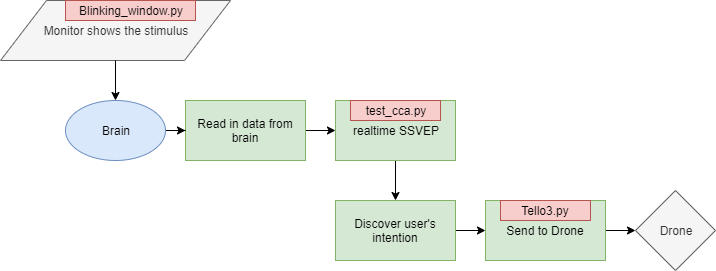
Before: fig/Procedure.png, a diagram exported from draw.io (eugeneALU/CECNL_RealTimeBCI). Source tidied: cells renumbered, new cells last; positions are measured from the earlier drawing's top-left corner, leaving out a move shared by most shapes.
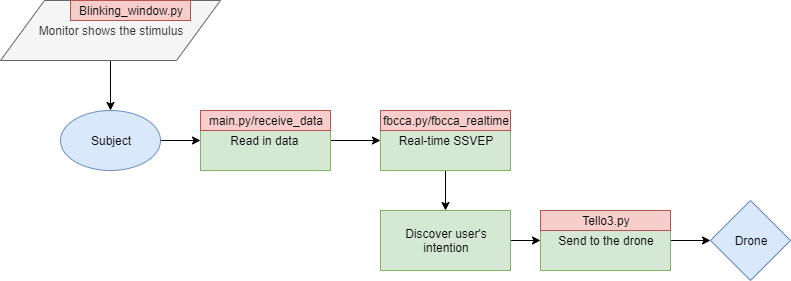
After the commit.

What changed in the source:
```diff
@@ -2,53 +2,56 @@
   <root>
     <mxCell id="0" />
     <mxCell id="1" parent="0" />
+    <mxCell id="18" style="edgeStyle=orthogonalEdgeStyle;rounded=0;jettySize=auto;html=1;" parent="1" edge="1" source="2" target="20">
+      <mxGeometry relative="1" as="geometry" />
+    </mxCell>
-    <mxCell id="2" value="&lt;span style=&quot;color: rgb(51 , 51 , 51) ; white-space: normal&quot;&gt;Monitor shows the stimulus&lt;/span&gt;" style="shape=parallelogram;perimeter=parallelogramPerimeter;whiteSpace=wrap;html=1;fillColor=#f5f5f5;strokeColor=#666666;fontColor=#333333;" parent="1" vertex="1">
-      <mxGeometry width="230" height="60" as="geometry" />
+    <mxCell id="2" value="Monitor shows the stimulus" style="shape=parallelogram;perimeter=parallelogramPerimeter;whiteSpace=wrap;html=1;fillColor=#f5f5f5;strokeColor=#666666;fontColor=#333333;" parent="1" vertex="1">
+      <mxGeometry x="5" y="60" width="220" height="60" as="geometry" />
     </mxCell>
-    <mxCell id="3" style="edgeStyle=orthogonalEdgeStyle;rounded=0;jettySize=auto;html=1;" parent="1" edge="1" source="4" target="6">
-      <mxGeometry relative="1" as="geometry" />
-    </mxCell>
-    <mxCell id="4" value="Read in data from brain" style="rounded=0;whiteSpace=wrap;html=1;fillColor=#d5e8d4;strokeColor=#82b366;" parent="1" vertex="1">
-      <mxGeometry x="185" y="100" width="120" height="60" as="geometry" />
-    </mxCell>
-    <mxCell id="5" style="edgeStyle=orthogonalEdgeStyle;rounded=0;jettySize=auto;html=1;" parent="1" edge="1" source="6" target="8">
-      <mxGeometry relative="1" as="geometry" />
-    </mxCell>
-    <mxCell id="6" value="realtime SSVEP" style="rounded=0;whiteSpace=wrap;html=1;fillColor=#d5e8d4;strokeColor=#82b366;" parent="1" vertex="1">
-      <mxGeometry x="335" y="100" width="120" height="60" as="geometry" />
-    </mxCell>
-    <mxCell id="7" style="edgeStyle=orthogonalEdgeStyle;rounded=0;jettySize=auto;html=1;" parent="1" edge="1" source="8" target="10">
-      <mxGeometry relative="1" as="geometry" />
-    </mxCell>
+    <mxCell id="14" value="Blinking_window.py" style="text;html=1;strokeColor=#b85450;fillColor=#f8cecc;align=center;verticalAlign=middle;whiteSpace=wrap;rounded=0;" parent="1" vertex="1">
+      <mxGeometry x="75" y="60" width="120" height="20" as="geometry" />
+    </mxCell>
+    <mxCell id="19" style="edgeStyle=orthogonalEdgeStyle;rounded=0;jettySize=auto;html=1;" parent="1" edge="1" source="20" target="22">
+      <mxGeometry relative="1" as="geometry" />
+    </mxCell>
+    <mxCell id="20" value="Subject" style="ellipse;whiteSpace=wrap;html=1;fillColor=#dae8fc;strokeColor=#6c8ebf;" parent="1" vertex="1">
+      <mxGeometry x="65" y="170" width="100" height="60" as="geometry" />
+    </mxCell>
+    <mxCell id="21" style="edgeStyle=orthogonalEdgeStyle;rounded=0;jettySize=auto;html=1;" parent="1" edge="1" source="22" target="24">
+      <mxGeometry relative="1" as="geometry" />
+    </mxCell>
+    <mxCell id="22" value="Read in data&amp;nbsp;" style="rounded=0;whiteSpace=wrap;html=1;fillColor=#d5e8d4;strokeColor=#82b366;" parent="1" vertex="1">
+      <mxGeometry x="205" y="170" width="130" height="60" as="geometry" />
+    </mxCell>
+    <mxCell id="23" style="edgeStyle=orthogonalEdgeStyle;rounded=0;jettySize=auto;html=1;" parent="1" edge="1" source="24" target="8">
+      <mxGeometry relative="1" as="geometry" />
+    </mxCell>
+    <mxCell id="24" value="Real-time SSVEP" style="rounded=0;whiteSpace=wrap;html=1;fillColor=#d5e8d4;strokeColor=#82b366;" parent="1" vertex="1">
+      <mxGeometry x="385" y="170" width="130" height="60" as="geometry" />
+    </mxCell>
+    <mxCell id="25" style="edgeStyle=orthogonalEdgeStyle;rounded=0;jettySize=auto;html=1;" parent="1" edge="1" source="8" target="27">
+      <mxGeometry relative="1" as="geometry" />
+    </mxCell>
     <mxCell id="8" value="Discover user's intention" style="rounded=0;whiteSpace=wrap;html=1;fillColor=#d5e8d4;strokeColor=#82b366;" parent="1" vertex="1">
-      <mxGeometry x="335" y="200" width="120" height="60" as="geometry" />
+      <mxGeometry x="385" y="270" width="130" height="60" as="geometry" />
     </mxCell>
-    <mxCell id="9" style="edgeStyle=orthogonalEdgeStyle;rounded=0;jettySize=auto;html=1;" parent="1" edge="1" source="10" target="13">
-      <mxGeometry relative="1" as="geometry" />
-    </mxCell>
-    <mxCell id="10" value="Send to Drone" style="rounded=0;whiteSpace=wrap;html=1;fillColor=#d5e8d4;strokeColor=#82b366;" parent="1" vertex="1">
-      <mxGeometry x="485" y="200" width="120" height="60" as="geometry" />
-    </mxCell>
-    <mxCell id="11" style="edgeStyle=orthogonalEdgeStyle;rounded=0;jettySize=auto;html=1;" parent="1" edge="1" source="12" target="4">
-      <mxGeometry relative="1" as="geometry" />
-    </mxCell>
-    <mxCell id="12" value="Brain" style="ellipse;whiteSpace=wrap;html=1;fillColor=#dae8fc;strokeColor=#6c8ebf;" parent="1" vertex="1">
-      <mxGeometry x="65" y="100" width="100" height="60" as="geometry" />
-    </mxCell>
+    <mxCell id="26" style="edgeStyle=orthogonalEdgeStyle;rounded=0;jettySize=auto;html=1;" parent="1" edge="1" source="27" target="13">
+      <mxGeometry relative="1" as="geometry" />
+    </mxCell>
+    <mxCell id="27" value="Send to the drone" style="rounded=0;whiteSpace=wrap;html=1;fillColor=#d5e8d4;strokeColor=#82b366;" parent="1" vertex="1">
+      <mxGeometry x="545" y="270" width="130" height="60" as="geometry" />
+    </mxCell>
+    <mxCell id="28" value="main.py/receive_data" style="text;html=1;strokeColor=#b85450;fillColor=#f8cecc;align=center;verticalAlign=middle;whiteSpace=wrap;rounded=0;" parent="1" vertex="1">
+      <mxGeometry x="205" y="170" width="130" height="20" as="geometry" />
+    </mxCell>
+    <mxCell id="29" value="fbcca.py/fbcca_realtime" style="text;html=1;strokeColor=#b85450;fillColor=#f8cecc;align=center;verticalAlign=middle;whiteSpace=wrap;rounded=0;" parent="1" vertex="1">
+      <mxGeometry x="385" y="170" width="130" height="20" as="geometry" />
+    </mxCell>
+    <mxCell id="16" value="Tello3.py" style="text;html=1;strokeColor=#b85450;fillColor=#f8cecc;align=center;verticalAlign=middle;whiteSpace=wrap;rounded=0;" parent="1" vertex="1">
+      <mxGeometry x="545" y="270" width="130" height="20" as="geometry" />
+    </mxCell>
-    <mxCell id="13" value="Drone" style="rhombus;whiteSpace=wrap;html=1;fillColor=#f5f5f5;strokeColor=#666666;fontColor=#333333;" parent="1" vertex="1">
-      <mxGeometry x="635" y="190" width="80" height="80" as="geometry" />
+    <mxCell id="13" value="Drone" style="rhombus;whiteSpace=wrap;html=1;fillColor=#dae8fc;strokeColor=#6c8ebf;" parent="1" vertex="1">
+      <mxGeometry x="715" y="260" width="80" height="80" as="geometry" />
     </mxCell>
-    <mxCell id="14" value="Blinking_window.py" style="text;html=1;strokeColor=#b85450;fillColor=#f8cecc;align=center;verticalAlign=middle;whiteSpace=wrap;rounded=0;" parent="1" vertex="1">
-      <mxGeometry x="65" width="130" height="20" as="geometry" />
-    </mxCell>
-    <mxCell id="15" value="test_cca.py" style="text;html=1;strokeColor=#b85450;fillColor=#f8cecc;align=center;verticalAlign=middle;whiteSpace=wrap;rounded=0;" parent="1" vertex="1">
-      <mxGeometry x="350" y="100" width="90" height="20" as="geometry" />
-    </mxCell>
-    <mxCell id="16" value="Tello3.py" style="text;html=1;strokeColor=#b85450;fillColor=#f8cecc;align=center;verticalAlign=middle;whiteSpace=wrap;rounded=0;" parent="1" vertex="1">
-      <mxGeometry x="500" y="200" width="90" height="20" as="geometry" />
-    </mxCell>
-    <mxCell id="17" style="edgeStyle=orthogonalEdgeStyle;rounded=0;jettySize=auto;html=1;" parent="1" edge="1" source="2" target="12">
-      <mxGeometry relative="1" as="geometry" />
-    </mxCell>
   </root>
 </mxGraphModel>
```
